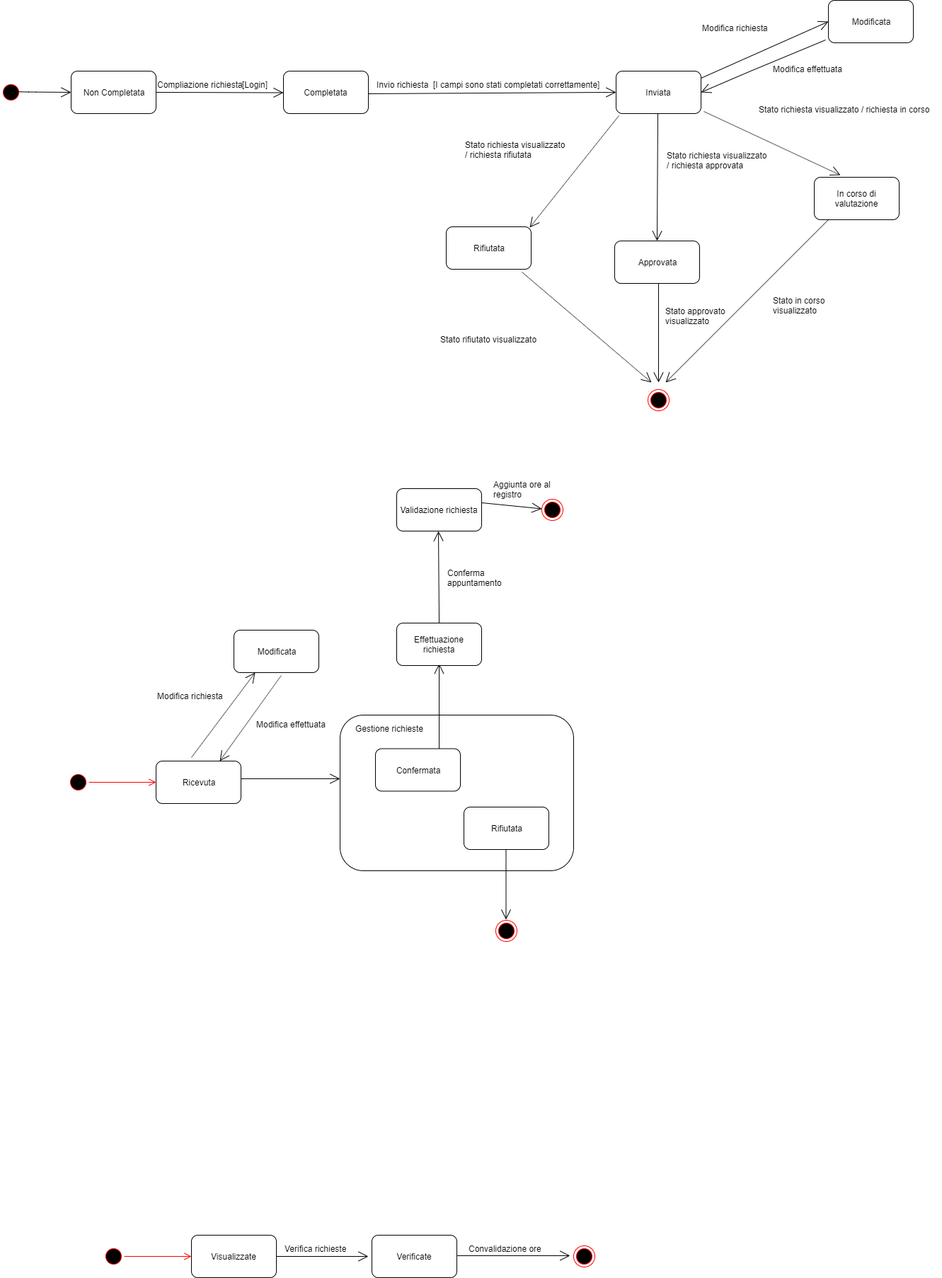
Before: Desktop/TutoratoSmart/Documentazione/RAD/RAD (Materiali)/Statechart/Statechart.png, a diagram exported from draw.io (Yeshlol/TutoratoSmart). Source tidied: cells renumbered, new cells last; positions are measured from the earlier drawing's top-left corner, leaving out a move shared by most shapes.
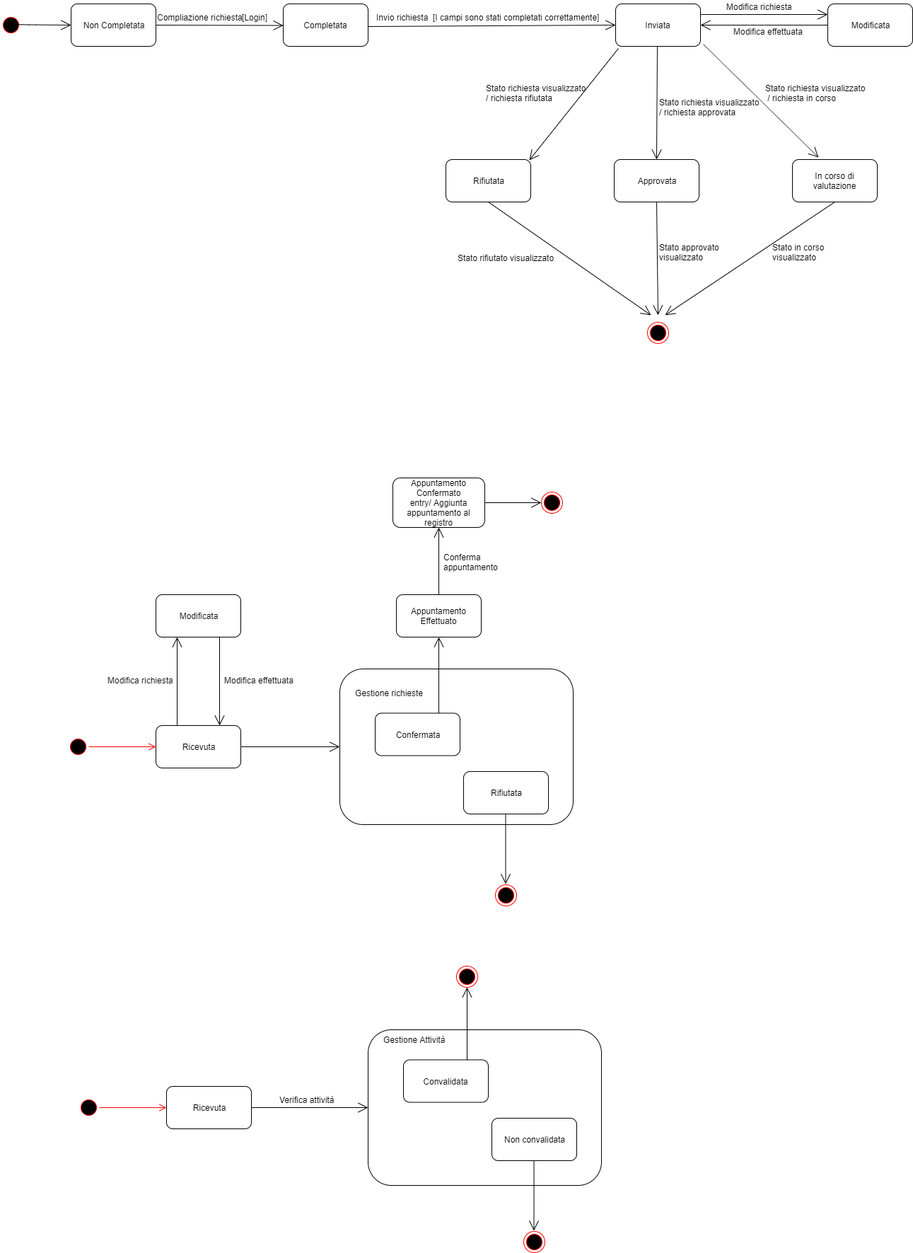
After the commit.

What changed in the source:
```diff
@@ -28,10 +28,10 @@
     </mxCell>
-    <mxCell id="10" value="Stato richiesta visualizzato / richiesta in corso" style="text;html=1;align=left;verticalAlign=top;spacingTop=-4;rotation=0;" parent="1" vertex="1">
-      <mxGeometry x="1070" y="145" width="260" height="20" as="geometry" />
+    <mxCell id="10" value="Stato richiesta visualizzato&lt;br&gt;&amp;nbsp;/ richiesta in corso" style="text;html=1;align=left;verticalAlign=top;spacingTop=-4;rotation=0;" parent="1" vertex="1">
+      <mxGeometry x="1080" y="210" width="160" height="30" as="geometry" />
     </mxCell>
     <mxCell id="11" value="Stato richiesta visualizzato &lt;br&gt;/ richiesta approvata" style="text;html=1;align=left;verticalAlign=top;spacingTop=-4;" parent="1" vertex="1">
-      <mxGeometry x="940" y="210" width="160" height="30" as="geometry" />
+      <mxGeometry x="930" y="230" width="160" height="30" as="geometry" />
     </mxCell>
     <mxCell id="12" value="Stato richiesta visualizzato &lt;br&gt;/ richiesta rifiutata" style="text;html=1;align=left;verticalAlign=top;spacingTop=-4;" parent="1" vertex="1">
-      <mxGeometry x="655" y="195" width="160" height="30" as="geometry" />
+      <mxGeometry x="685" y="210" width="160" height="30" as="geometry" />
     </mxCell>
@@ -41,15 +41,15 @@
     <mxCell id="14" value="Approvata" style="rounded=1;whiteSpace=wrap;html=1;" parent="1" vertex="1">
-      <mxGeometry x="868" y="340" width="120" height="60" as="geometry" />
+      <mxGeometry x="868" y="320" width="120" height="60" as="geometry" />
     </mxCell>
     <mxCell id="15" value="In corso di valutazione" style="rounded=1;whiteSpace=wrap;html=1;" parent="1" vertex="1">
-      <mxGeometry x="1150" y="250" width="120" height="60" as="geometry" />
+      <mxGeometry x="1120" y="320" width="120" height="60" as="geometry" />
     </mxCell>
     <mxCell id="16" value="Stato rifiutato visualizzato" style="text;html=1;align=left;verticalAlign=top;spacingTop=-4;" parent="1" vertex="1">
-      <mxGeometry x="620" y="470" width="150" height="20" as="geometry" />
+      <mxGeometry x="645" y="450" width="150" height="20" as="geometry" />
     </mxCell>
     <mxCell id="17" value="Stato approvato &lt;br&gt;visualizzato" style="text;html=1;align=left;verticalAlign=top;spacingTop=-4;" parent="1" vertex="1">
-      <mxGeometry x="938" y="430" width="100" height="30" as="geometry" />
+      <mxGeometry x="930" y="435" width="100" height="30" as="geometry" />
     </mxCell>
     <mxCell id="18" value="Stato in corso&lt;br&gt;visualizzato" style="text;html=1;align=left;verticalAlign=top;spacingTop=-4;" parent="1" vertex="1">
-      <mxGeometry x="1090" y="415" width="90" height="30" as="geometry" />
+      <mxGeometry x="1090" y="435" width="90" height="30" as="geometry" />
     </mxCell>
@@ -58,6 +58,5 @@
     </mxCell>
-    <mxCell id="20" style="endArrow=open;endFill=1;endSize=12;html=1;" parent="1" edge="1">
+    <mxCell id="20" style="endArrow=open;endFill=1;endSize=12;html=1;exitX=1;exitY=0.25;exitDx=0;exitDy=0;" parent="1" edge="1" source="4">
       <mxGeometry relative="1" as="geometry">
-        <mxPoint x="990" y="110" as="sourcePoint" />
-        <mxPoint x="1170" y="30" as="targetPoint" />
+        <mxPoint x="1170" y="115" as="targetPoint" />
       </mxGeometry>
@@ -65,11 +64,11 @@
     <mxCell id="21" value="Modificata" style="rounded=1;whiteSpace=wrap;html=1;" parent="1" vertex="1">
-      <mxGeometry x="1170" width="120" height="60" as="geometry" />
+      <mxGeometry x="1170" y="100" width="120" height="60" as="geometry" />
     </mxCell>
     <mxCell id="22" value="Modifica richiesta" style="text;html=1;align=left;verticalAlign=top;spacingTop=-4;rotation=0;" parent="1" vertex="1">
-      <mxGeometry x="990" y="30" width="110" height="20" as="geometry" />
+      <mxGeometry x="1025" y="95" width="110" height="20" as="geometry" />
     </mxCell>
-    <mxCell id="23" style="endArrow=open;endFill=1;endSize=12;html=1;exitX=-0.033;exitY=0.933;exitDx=0;exitDy=0;exitPerimeter=0;entryX=1;entryY=0.5;entryDx=0;entryDy=0;" parent="1" edge="1" source="21" target="4">
+    <mxCell id="23" style="endArrow=open;endFill=1;endSize=12;html=1;exitX=0;exitY=0.5;exitDx=0;exitDy=0;entryX=1;entryY=0.5;entryDx=0;entryDy=0;" parent="1" edge="1" source="21" target="4">
       <mxGeometry relative="1" as="geometry">
         <Array as="points">
-          <mxPoint x="1060" y="100" />
+          <mxPoint x="1070" y="130" />
         </Array>
@@ -78,3 +77,3 @@
     <mxCell id="24" value="Modifica effettuata" style="text;html=1;align=left;verticalAlign=top;spacingTop=-4;" parent="1" vertex="1">
-      <mxGeometry x="1090" y="87.5" width="110" height="20" as="geometry" />
+      <mxGeometry x="1035" y="130" width="110" height="20" as="geometry" />
     </mxCell>
@@ -113,5 +112,4 @@
     </mxCell>
-    <mxCell id="31" style="endArrow=open;endFill=1;endSize=12;html=1;" parent="1" edge="1">
+    <mxCell id="31" style="endArrow=open;endFill=1;endSize=12;html=1;exitX=0.5;exitY=1;exitDx=0;exitDy=0;" parent="1" edge="1" source="15">
       <mxGeometry relative="1" as="geometry">
-        <mxPoint x="1170" y="310" as="sourcePoint" />
         <mxPoint x="940" y="540" as="targetPoint" />
@@ -119,3 +117,3 @@
     </mxCell>
-    <mxCell id="32" style="endArrow=open;endFill=1;endSize=12;html=1;exitX=0.892;exitY=1.067;exitDx=0;exitDy=0;exitPerimeter=0;" parent="1" edge="1" source="13">
+    <mxCell id="32" style="endArrow=open;endFill=1;endSize=12;html=1;exitX=0.5;exitY=1;exitDx=0;exitDy=0;" parent="1" edge="1" source="13">
       <mxGeometry relative="1" as="geometry">
@@ -124,5 +122,4 @@
     </mxCell>
-    <mxCell id="33" style="endArrow=open;endFill=1;endSize=12;html=1;" parent="1" edge="1">
+    <mxCell id="33" style="endArrow=open;endFill=1;endSize=12;html=1;exitX=0.5;exitY=1;exitDx=0;exitDy=0;" parent="1" edge="1" source="14">
       <mxGeometry relative="1" as="geometry">
-        <mxPoint x="930" y="400" as="sourcePoint" />
         <mxPoint x="930" y="540" as="targetPoint" />
@@ -131,3 +128,3 @@
     <mxCell id="34" style="ellipse;html=1;shape=startState;fillColor=#000000;strokeColor=#ff0000;" parent="1" vertex="1">
-      <mxGeometry x="95" y="1090" width="30" height="30" as="geometry" />
+      <mxGeometry x="95" y="1135" width="30" height="30" as="geometry" />
     </mxCell>
@@ -135,3 +132,3 @@
       <mxGeometry relative="1" as="geometry">
-        <mxPoint x="220" y="1105" as="targetPoint" />
+        <mxPoint x="220" y="1150" as="targetPoint" />
       </mxGeometry>
@@ -139,43 +136,38 @@
     <mxCell id="36" value="Ricevuta" style="rounded=1;whiteSpace=wrap;html=1;" parent="1" vertex="1">
-      <mxGeometry x="220" y="1075" width="120" height="60" as="geometry" />
+      <mxGeometry x="220" y="1120" width="120" height="60" as="geometry" />
     </mxCell>
-    <mxCell id="37" style="endArrow=open;endFill=1;endSize=12;html=1;" parent="1" edge="1">
-      <mxGeometry relative="1" as="geometry">
-        <mxPoint x="340" y="1100" as="sourcePoint" />
-        <mxPoint x="480" y="1100" as="targetPoint" />
-      </mxGeometry>
+    <mxCell id="37" style="endArrow=open;endFill=1;endSize=12;html=1;entryX=0;entryY=0.5;entryDx=0;entryDy=0;" parent="1" edge="1" source="36" target="41">
+      <mxGeometry relative="1" as="geometry" />
     </mxCell>
     <mxCell id="38" value="Confermata" style="rounded=1;whiteSpace=wrap;html=1;" parent="1" vertex="1">
-      <mxGeometry x="535" y="1060" width="120" height="60" as="geometry" />
+      <mxGeometry x="535" y="1105" width="120" height="60" as="geometry" />
     </mxCell>
     <mxCell id="39" value="Rifiutata" style="rounded=1;whiteSpace=wrap;html=1;" parent="1" vertex="1">
-      <mxGeometry x="645" y="1135" width="120" height="60" as="geometry" />
+      <mxGeometry x="645" y="1180" width="120" height="60" as="geometry" />
     </mxCell>
     <mxCell id="40" value="Modificata" style="rounded=1;whiteSpace=wrap;html=1;" parent="1" vertex="1">
-      <mxGeometry x="510" y="1075" width="120" height="60" as="geometry" />
+      <mxGeometry x="510" y="1120" width="120" height="60" as="geometry" />
     </mxCell>
     <mxCell id="41" style="rounded=1;whiteSpace=wrap;html=1;" parent="1" vertex="1">
-      <mxGeometry x="480" y="1010" width="330" height="220" as="geometry" />
+      <mxGeometry x="480" y="1040" width="330" height="220" as="geometry" />
     </mxCell>
     <mxCell id="42" value="Gestione richieste" style="text;html=1;align=left;verticalAlign=top;spacingTop=-4;" parent="1" vertex="1">
-      <mxGeometry x="500" y="1020" width="110" height="20" as="geometry" />
+      <mxGeometry x="500" y="1065" width="110" height="20" as="geometry" />
     </mxCell>
     <mxCell id="43" value="Confermata" style="rounded=1;whiteSpace=wrap;html=1;" parent="1" vertex="1">
-      <mxGeometry x="530" y="1057.5" width="120" height="60" as="geometry" />
+      <mxGeometry x="530" y="1102.5" width="120" height="60" as="geometry" />
     </mxCell>
     <mxCell id="44" value="Rifiutata" style="rounded=1;whiteSpace=wrap;html=1;" parent="1" vertex="1">
-      <mxGeometry x="655" y="1140" width="120" height="60" as="geometry" />
+      <mxGeometry x="655" y="1185" width="120" height="60" as="geometry" />
     </mxCell>
     <mxCell id="45" value="Modificata" style="rounded=1;whiteSpace=wrap;html=1;" parent="1" vertex="1">
-      <mxGeometry x="330" y="890" width="120" height="60" as="geometry" />
+      <mxGeometry x="220" y="935" width="120" height="60" as="geometry" />
     </mxCell>
-    <mxCell id="46" style="endArrow=open;endFill=1;endSize=12;html=1;entryX=0.25;entryY=1;entryDx=0;entryDy=0;" parent="1" edge="1" target="45">
+    <mxCell id="46" style="endArrow=open;endFill=1;endSize=12;html=1;exitX=0.25;exitY=0;exitDx=0;exitDy=0;" parent="1" edge="1" source="36">
       <mxGeometry relative="1" as="geometry">
-        <mxPoint x="270" y="1070" as="sourcePoint" />
+        <mxPoint x="250" y="995" as="targetPoint" />
       </mxGeometry>
     </mxCell>
-    <mxCell id="47" style="endArrow=open;endFill=1;endSize=12;html=1;exitX=0.558;exitY=1.067;exitDx=0;exitDy=0;exitPerimeter=0;" parent="1" edge="1" source="45">
-      <mxGeometry relative="1" as="geometry">
-        <mxPoint x="310" y="1075" as="targetPoint" />
-      </mxGeometry>
+    <mxCell id="47" style="endArrow=open;endFill=1;endSize=12;html=1;entryX=0.75;entryY=0;entryDx=0;entryDy=0;exitX=0.75;exitY=1;exitDx=0;exitDy=0;" parent="1" edge="1" source="45" target="36">
+      <mxGeometry relative="1" as="geometry" />
     </mxCell>
@@ -183,4 +175,4 @@
       <mxGeometry relative="1" as="geometry">
-        <mxPoint x="714.5" y="1200" as="sourcePoint" />
-        <mxPoint x="714.5" y="1299" as="targetPoint" />
+        <mxPoint x="714.5" y="1245" as="sourcePoint" />
+        <mxPoint x="714.5" y="1344" as="targetPoint" />
       </mxGeometry>
@@ -188,40 +180,34 @@
     <mxCell id="49" style="ellipse;html=1;shape=endState;fillColor=#000000;strokeColor=#ff0000;" parent="1" vertex="1">
-      <mxGeometry x="700" y="1300" width="30" height="30" as="geometry" />
+      <mxGeometry x="700" y="1345" width="30" height="30" as="geometry" />
     </mxCell>
-    <mxCell id="50" style="endArrow=open;endFill=1;endSize=12;html=1;" parent="1" edge="1">
+    <mxCell id="50" style="endArrow=open;endFill=1;endSize=12;html=1;" parent="1" edge="1" target="51">
       <mxGeometry relative="1" as="geometry">
-        <mxPoint x="620" y="1057.5" as="sourcePoint" />
-        <mxPoint x="620" y="937.5" as="targetPoint" />
+        <mxPoint x="620" y="1102.5" as="sourcePoint" />
       </mxGeometry>
     </mxCell>
-    <mxCell id="51" value="Effettuazione&lt;br&gt;richiesta" style="rounded=1;whiteSpace=wrap;html=1;" parent="1" vertex="1">
-      <mxGeometry x="560" y="880" width="120" height="60" as="geometry" />
+    <mxCell id="51" value="Appuntamento Effettuato" style="rounded=1;whiteSpace=wrap;html=1;" parent="1" vertex="1">
+      <mxGeometry x="560" y="935" width="120" height="60" as="geometry" />
     </mxCell>
-    <mxCell id="52" style="endArrow=open;endFill=1;endSize=12;html=1;exitX=0.5;exitY=0;exitDx=0;exitDy=0;" parent="1" edge="1" source="51">
+    <mxCell id="52" style="endArrow=open;endFill=1;endSize=12;html=1;exitX=0.5;exitY=0;exitDx=0;exitDy=0;" parent="1" edge="1" source="53">
       <mxGeometry relative="1" as="geometry">
-        <mxPoint x="619" y="750" as="targetPoint" />
+        <mxPoint x="619" y="795" as="targetPoint" />
       </mxGeometry>
     </mxCell>
-    <mxCell id="53" value="Validazione richiesta" style="rounded=1;whiteSpace=wrap;html=1;" parent="1" vertex="1">
-      <mxGeometry x="560" y="690" width="120" height="60" as="geometry" />
-    </mxCell>
-    <mxCell id="54" style="endArrow=open;endFill=1;endSize=12;html=1;" parent="1" edge="1" target="55">
-      <mxGeometry relative="1" as="geometry">
-        <mxPoint x="680" y="710" as="sourcePoint" />
-      </mxGeometry>
+    <mxCell id="54" style="endArrow=open;endFill=1;endSize=12;html=1;exitX=1;exitY=0.5;exitDx=0;exitDy=0;" parent="1" edge="1" source="53" target="55">
+      <mxGeometry relative="1" as="geometry" />
     </mxCell>
     <mxCell id="55" style="ellipse;html=1;shape=endState;fillColor=#000000;strokeColor=#ff0000;" parent="1" vertex="1">
-      <mxGeometry x="765" y="705" width="30" height="30" as="geometry" />
+      <mxGeometry x="765" y="790" width="30" height="30" as="geometry" />
     </mxCell>
     <mxCell id="56" value="Modifica effettuata" style="text;html=1;" parent="1" vertex="1">
-      <mxGeometry x="360" y="1010" width="120" height="30" as="geometry" />
+      <mxGeometry x="315" y="1042.5" width="120" height="30" as="geometry" />
     </mxCell>
     <mxCell id="57" value="Modifica richiesta" style="text;html=1;" parent="1" vertex="1">
-      <mxGeometry x="220" y="970" width="120" height="30" as="geometry" />
+      <mxGeometry x="150" y="1042.5" width="120" height="30" as="geometry" />
     </mxCell>
     <mxCell id="58" value="Conferma &lt;br&gt;appuntamento&lt;br&gt;" style="text;html=1;align=left;verticalAlign=top;spacingTop=-4;" parent="1" vertex="1">
-      <mxGeometry x="630" y="800" width="90" height="30" as="geometry" />
+      <mxGeometry x="625" y="872.5" width="90" height="30" as="geometry" />
     </mxCell>
     <mxCell id="59" style="ellipse;html=1;shape=startState;fillColor=#000000;strokeColor=#ff0000;" parent="1" vertex="1">
-      <mxGeometry x="145" y="1760" width="30" height="30" as="geometry" />
+      <mxGeometry x="110" y="1645" width="30" height="30" as="geometry" />
     </mxCell>
@@ -229,35 +215,55 @@
       <mxGeometry relative="1" as="geometry">
-        <mxPoint x="270" y="1775" as="targetPoint" />
+        <mxPoint x="235" y="1660" as="targetPoint" />
       </mxGeometry>
     </mxCell>
-    <mxCell id="61" value="Visualizzate" style="rounded=1;whiteSpace=wrap;html=1;" parent="1" vertex="1">
-      <mxGeometry x="270" y="1745" width="120" height="60" as="geometry" />
+    <mxCell id="61" value="Ricevuta" style="rounded=1;whiteSpace=wrap;html=1;" parent="1" vertex="1">
+      <mxGeometry x="235" y="1630" width="120" height="60" as="geometry" />
     </mxCell>
-    <mxCell id="62" style="endArrow=open;endFill=1;endSize=12;html=1;" parent="1" edge="1">
-      <mxGeometry relative="1" as="geometry">
-        <mxPoint x="390" y="1775" as="sourcePoint" />
-        <mxPoint x="520" y="1775" as="targetPoint" />
-      </mxGeometry>
+    <mxCell id="62" style="endArrow=open;endFill=1;endSize=12;html=1;entryX=0;entryY=0.5;entryDx=0;entryDy=0;exitX=1;exitY=0.5;exitDx=0;exitDy=0;" parent="1" edge="1" source="61" target="72">
+      <mxGeometry relative="1" as="geometry" />
     </mxCell>
-    <mxCell id="63" value="Verificate" style="rounded=1;whiteSpace=wrap;html=1;" parent="1" vertex="1">
-      <mxGeometry x="525" y="1745" width="120" height="60" as="geometry" />
-    </mxCell>
-    <mxCell id="64" style="endArrow=open;endFill=1;endSize=12;html=1;" parent="1" edge="1">
-      <mxGeometry relative="1" as="geometry">
-        <mxPoint x="645" y="1774" as="sourcePoint" />
-        <mxPoint x="805" y="1774" as="targetPoint" />
-      </mxGeometry>
-    </mxCell>
-    <mxCell id="65" value="Convalidazione ore" style="text;html=1;align=left;verticalAlign=top;spacingTop=-4;" parent="1" vertex="1">
-      <mxGeometry x="660" y="1755" width="120" height="20" as="geometry" />
-    </mxCell>
-    <mxCell id="66" style="ellipse;html=1;shape=endState;fillColor=#000000;strokeColor=#ff0000;" parent="1" vertex="1">
-      <mxGeometry x="810" y="1760" width="30" height="30" as="geometry" />
-    </mxCell>
-    <mxCell id="67" value="Verifica richieste" style="text;html=1;align=left;verticalAlign=top;spacingTop=-4;" parent="1" vertex="1">
-      <mxGeometry x="400" y="1755" width="100" height="20" as="geometry" />
+    <mxCell id="67" value="Verifica attività" style="text;html=1;align=left;verticalAlign=top;spacingTop=-4;" parent="1" vertex="1">
+      <mxGeometry x="392.5" y="1640" width="90" height="20" as="geometry" />
     </mxCell>
-    <mxCell id="68" value="Aggiunta ore al&amp;nbsp;&lt;br&gt;registro" style="text;html=1;align=left;verticalAlign=top;spacingTop=-4;" parent="1" vertex="1">
-      <mxGeometry x="695" y="675" width="100" height="30" as="geometry" />
-    </mxCell>
+    <mxCell id="53" value="Appuntamento Confermato&lt;br&gt;entry/ Aggiunta appuntamento al registro" style="rounded=1;whiteSpace=wrap;html=1;" parent="1" vertex="1">
+      <mxGeometry x="555" y="770" width="130" height="70" as="geometry" />
+    </mxCell>
+    <mxCell id="69" style="endArrow=open;endFill=1;endSize=12;html=1;exitX=0.5;exitY=0;exitDx=0;exitDy=0;" parent="1" edge="1" source="51" target="53">
+      <mxGeometry relative="1" as="geometry" />
+    </mxCell>
+    <mxCell id="70" value="Confermata" style="rounded=1;whiteSpace=wrap;html=1;" parent="1" vertex="1">
+      <mxGeometry x="575" y="1595" width="120" height="60" as="geometry" />
+    </mxCell>
+    <mxCell id="71" value="Rifiutata" style="rounded=1;whiteSpace=wrap;html=1;" parent="1" vertex="1">
+      <mxGeometry x="685" y="1670" width="120" height="60" as="geometry" />
+    </mxCell>
+    <mxCell id="72" style="rounded=1;whiteSpace=wrap;html=1;" parent="1" vertex="1">
+      <mxGeometry x="520" y="1550" width="330" height="220" as="geometry" />
+    </mxCell>
+    <mxCell id="73" value="Gestione Attività" style="text;html=1;align=left;verticalAlign=top;spacingTop=-4;" parent="1" vertex="1">
+      <mxGeometry x="540" y="1555" width="100" height="20" as="geometry" />
+    </mxCell>
+    <mxCell id="74" value="Convalidata" style="rounded=1;whiteSpace=wrap;html=1;" parent="1" vertex="1">
+      <mxGeometry x="570" y="1592.5" width="120" height="60" as="geometry" />
+    </mxCell>
+    <mxCell id="75" value="Non convalidata" style="rounded=1;whiteSpace=wrap;html=1;" parent="1" vertex="1">
+      <mxGeometry x="695" y="1675" width="120" height="60" as="geometry" />
+    </mxCell>
+    <mxCell id="76" style="endArrow=open;endFill=1;endSize=12;html=1;" parent="1" edge="1">
+      <mxGeometry relative="1" as="geometry">
+        <mxPoint x="754.5" y="1735" as="sourcePoint" />
+        <mxPoint x="754.5" y="1834" as="targetPoint" />
+      </mxGeometry>
+    </mxCell>
+    <mxCell id="77" style="ellipse;html=1;shape=endState;fillColor=#000000;strokeColor=#ff0000;" parent="1" vertex="1">
+      <mxGeometry x="740" y="1835" width="30" height="30" as="geometry" />
+    </mxCell>
+    <mxCell id="78" style="endArrow=open;endFill=1;endSize=12;html=1;" parent="1" edge="1" target="79">
+      <mxGeometry relative="1" as="geometry">
+        <mxPoint x="660" y="1592.5" as="sourcePoint" />
+      </mxGeometry>
+    </mxCell>
+    <mxCell id="79" style="ellipse;html=1;shape=endState;fillColor=#000000;strokeColor=#ff0000;" parent="1" vertex="1">
+      <mxGeometry x="645" y="1460" width="30" height="30" as="geometry" />
+    </mxCell>
   </root>
```
